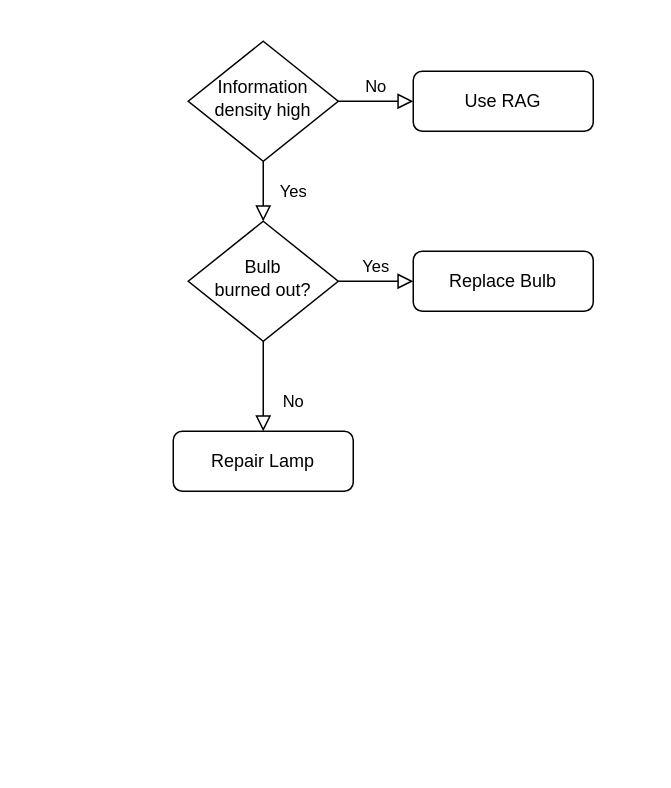
Before: diagrams/chunking_idea.drawio in lamalab-org/matextract-book, a draw.io diagram. Source tidied: cells renumbered, new cells numbered last; positions are measured from the earlier drawing's top-left corner, leaving out a move shared by most shapes. Both pictures are drawn from the tidied source at 150%, with x=0, y=0 at pixel (172, 40).
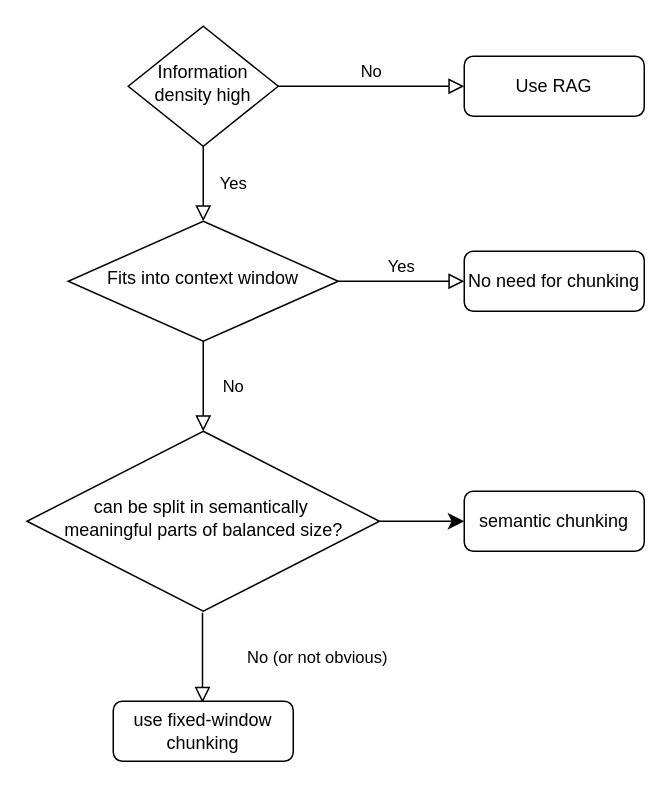
After the change.

The edit, as a diff of the source:
```diff
@@
 <mxGraphModel>
   <root>
     <mxCell id="0" />
     <mxCell id="1" parent="0" />
     <mxCell id="2" value="Yes" style="rounded=0;html=1;jettySize=auto;fontSize=11;endArrow=block;endFill=0;endSize=8;strokeWidth=1;shadow=0;labelBackgroundColor=none;edgeStyle=orthogonalEdgeStyle;" parent="1" edge="1" source="4" target="8">
       <mxGeometry y="20" relative="1" as="geometry" />
     </mxCell>
     <mxCell id="3" value="No" style="edgeStyle=orthogonalEdgeStyle;rounded=0;html=1;jettySize=auto;fontSize=11;endArrow=block;endFill=0;endSize=8;strokeWidth=1;shadow=0;labelBackgroundColor=none;" parent="1" edge="1" source="4" target="5">
       <mxGeometry y="10" relative="1" as="geometry" />
     </mxCell>
     <mxCell id="4" value="Information density high" style="rhombus;whiteSpace=wrap;html=1;shadow=0;fontFamily=Helvetica;fontSize=12;align=center;strokeWidth=1;spacing=6;spacingTop=-4;" parent="1" vertex="1">
-      <mxGeometry x="10" width="100" height="80" as="geometry" />
+      <mxGeometry x="-30" y="-10" width="100" height="80" as="geometry" />
     </mxCell>
     <mxCell id="5" value="Use RAG" style="rounded=1;whiteSpace=wrap;html=1;fontSize=12;glass=0;strokeWidth=1;shadow=0;" parent="1" vertex="1">
-      <mxGeometry x="160" y="20" width="120" height="40" as="geometry" />
+      <mxGeometry x="194" y="10" width="120" height="40" as="geometry" />
     </mxCell>
-    <mxCell id="6" value="No" style="rounded=0;html=1;jettySize=auto;fontSize=11;endArrow=block;endFill=0;endSize=8;strokeWidth=1;shadow=0;labelBackgroundColor=none;edgeStyle=orthogonalEdgeStyle;" parent="1" edge="1" source="8" target="9">
-      <mxGeometry x="0.33" y="20" relative="1" as="geometry" />
+    <mxCell id="6" value="No" style="rounded=0;html=1;jettySize=auto;fontSize=11;endArrow=block;endFill=0;endSize=8;strokeWidth=1;shadow=0;labelBackgroundColor=none;edgeStyle=orthogonalEdgeStyle;entryX=0.5;entryY=0;entryDx=0;entryDy=0;" parent="1" edge="1" source="8" target="12">
+      <mxGeometry y="20" relative="1" as="geometry" />
     </mxCell>
     <mxCell id="7" value="Yes" style="edgeStyle=orthogonalEdgeStyle;rounded=0;html=1;jettySize=auto;fontSize=11;endArrow=block;endFill=0;endSize=8;strokeWidth=1;shadow=0;labelBackgroundColor=none;" parent="1" edge="1" source="8" target="10">
       <mxGeometry y="10" relative="1" as="geometry" />
     </mxCell>
-    <mxCell id="8" value="Bulb&lt;br&gt;burned out?" style="rhombus;whiteSpace=wrap;html=1;shadow=0;fontFamily=Helvetica;fontSize=12;align=center;strokeWidth=1;spacing=6;spacingTop=-4;" parent="1" vertex="1">
-      <mxGeometry x="10" y="120" width="100" height="80" as="geometry" />
+    <mxCell id="8" value="Fits into context window" style="rhombus;whiteSpace=wrap;html=1;shadow=0;fontFamily=Helvetica;fontSize=12;align=center;strokeWidth=1;spacing=6;spacingTop=-4;" parent="1" vertex="1">
+      <mxGeometry x="-70" y="120" width="180" height="80" as="geometry" />
     </mxCell>
-    <mxCell id="9" value="Repair Lamp" style="rounded=1;whiteSpace=wrap;html=1;fontSize=12;glass=0;strokeWidth=1;shadow=0;" parent="1" vertex="1">
-      <mxGeometry y="260" width="120" height="40" as="geometry" />
-    </mxCell>
-    <mxCell id="10" value="Replace Bulb" style="rounded=1;whiteSpace=wrap;html=1;fontSize=12;glass=0;strokeWidth=1;shadow=0;" parent="1" vertex="1">
-      <mxGeometry x="160" y="140" width="120" height="40" as="geometry" />
+    <mxCell id="10" value="No need for chunking" style="rounded=1;whiteSpace=wrap;html=1;fontSize=12;glass=0;strokeWidth=1;shadow=0;" parent="1" vertex="1">
+      <mxGeometry x="194" y="140" width="120" height="40" as="geometry" />
     </mxCell>
+    <mxCell id="11" style="edgeStyle=none;curved=1;rounded=0;jettySize=auto;html=1;fontSize=12;startSize=8;endSize=8;" parent="1" edge="1" source="12" target="13">
+      <mxGeometry relative="1" as="geometry" />
+    </mxCell>
+    <mxCell id="12" value="can be split in semantically&amp;nbsp;&lt;div&gt;meaningful parts of balanced size?&lt;/div&gt;" style="rhombus;whiteSpace=wrap;html=1;shadow=0;fontFamily=Helvetica;fontSize=12;align=center;strokeWidth=1;spacing=6;spacingTop=-4;" parent="1" vertex="1">
+      <mxGeometry x="-97.5" y="260" width="235" height="120" as="geometry" />
+    </mxCell>
+    <mxCell id="13" value="semantic chunking" style="rounded=1;whiteSpace=wrap;html=1;fontSize=12;glass=0;strokeWidth=1;shadow=0;" parent="1" vertex="1">
+      <mxGeometry x="194" y="300" width="120" height="40" as="geometry" />
+    </mxCell>
+    <mxCell id="14" value="No (or not obvious)" style="rounded=0;html=1;jettySize=auto;orthogonalLoop=1;fontSize=11;endArrow=block;endFill=0;endSize=8;strokeWidth=1;shadow=0;labelBackgroundColor=none;edgeStyle=orthogonalEdgeStyle;entryX=0.5;entryY=0;entryDx=0;entryDy=0;" parent="1" edge="1">
+      <mxGeometry y="76" relative="1" as="geometry">
+        <mxPoint x="19.5" y="381" as="sourcePoint" />
+        <mxPoint x="19.5" y="441" as="targetPoint" />
+      </mxGeometry>
+    </mxCell>
+    <mxCell id="15" value="use fixed-window chunking" style="rounded=1;whiteSpace=wrap;html=1;fontSize=12;glass=0;strokeWidth=1;shadow=0;" parent="1" vertex="1">
+      <mxGeometry x="-40" y="440" width="120" height="40" as="geometry" />
+    </mxCell>
   </root>
 </mxGraphModel>
```
